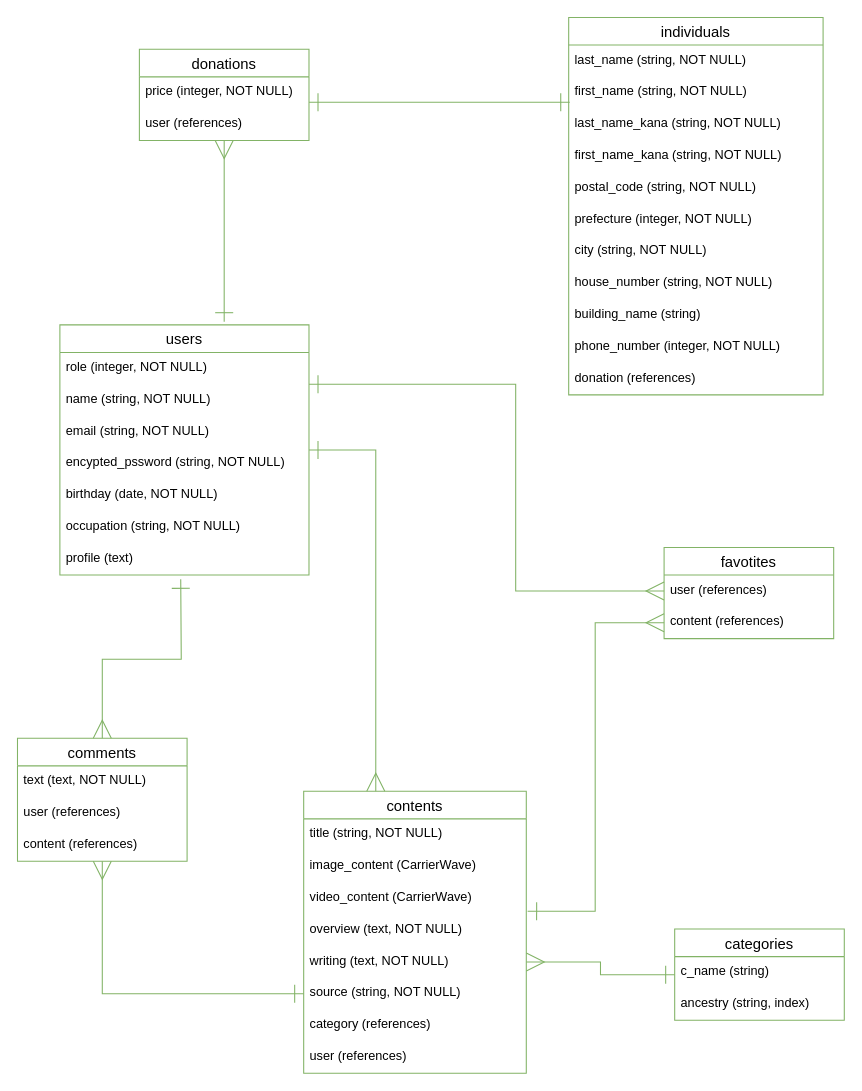
Earlier version of the draw.io diagram ER.dio (Mizuki-hhh/future-55). Source tidied: cells renumbered, new cells numbered last; positions are measured from the earlier drawing's top-left corner, leaving out a move shared by most shapes. Both pictures are drawn from the tidied source at 106%, with x=0, y=0 at pixel (17, 17).
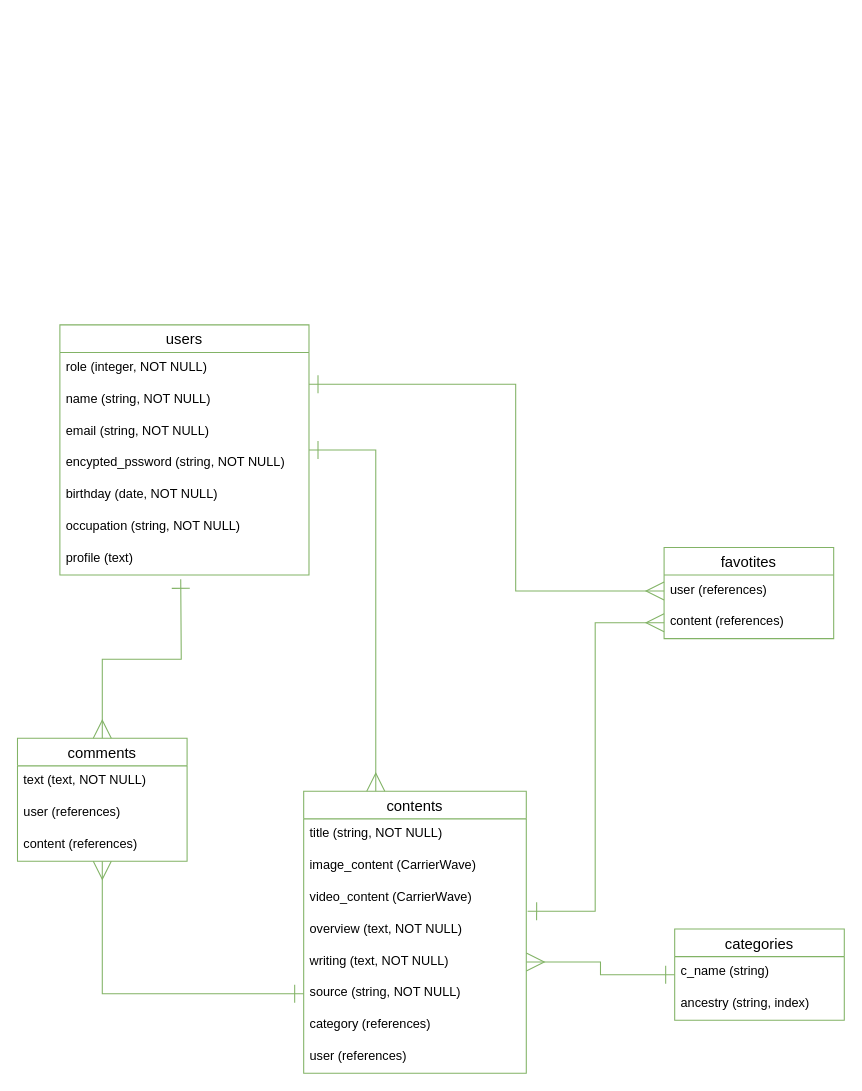
Above is the later version.

Diff of the diagram source:
```diff
@@
-    <mxCell id="2" style="edgeStyle=orthogonalEdgeStyle;rounded=0;jettySize=auto;html=1;startArrow=ERone;startFill=0;startSize=15;endArrow=ERmany;endFill=0;endSize=15;fillColor=#d5e8d4;strokeColor=#82b366;" parent="1" edge="1" target="24">
-      <mxGeometry relative="1" as="geometry">
-        <mxPoint x="195" y="287" as="sourcePoint" />
-        <Array as="points">
-          <mxPoint x="195" y="287" />
-        </Array>
-      </mxGeometry>
-    </mxCell>
@@
-    <mxCell id="22" value="donations" style="swimlane;fontStyle=0;horizontal=1;startSize=26;align=center;fontSize=14;strokeColor=#82b366;fillColor=none;" parent="1" vertex="1">
-      <mxGeometry x="115" y="30" width="160" height="86" as="geometry" />
-    </mxCell>
-    <mxCell id="23" value="price (integer, NOT NULL)" style="text;strokeColor=none;fillColor=none;spacingLeft=4;spacingRight=4;overflow=hidden;fontSize=12;" parent="22" vertex="1">
-      <mxGeometry y="26" width="160" height="30" as="geometry" />
-    </mxCell>
-    <mxCell id="24" value="user (references)" style="text;strokeColor=none;fillColor=none;spacingLeft=4;spacingRight=4;overflow=hidden;points=[[0,0.5],[1,0.5]];portConstraint=eastwest;fontSize=12;" parent="22" vertex="1">
-      <mxGeometry y="56" width="160" height="30" as="geometry" />
-    </mxCell>
-    <mxCell id="25" value="individuals" style="swimlane;fontStyle=0;horizontal=1;startSize=26;align=center;fontSize=14;strokeColor=#82b366;fillColor=none;" parent="1" vertex="1">
-      <mxGeometry x="520" width="240" height="356" as="geometry" />
-    </mxCell>
-    <mxCell id="26" value="last_name (string, NOT NULL)" style="text;strokeColor=none;fillColor=none;spacingLeft=4;spacingRight=4;overflow=hidden;fontSize=12;" parent="25" vertex="1">
-      <mxGeometry y="26" width="240" height="30" as="geometry" />
-    </mxCell>
-    <mxCell id="27" value="first_name (string, NOT NULL)" style="text;strokeColor=none;fillColor=none;spacingLeft=4;spacingRight=4;overflow=hidden;fontSize=12;" parent="25" vertex="1">
-      <mxGeometry y="56" width="240" height="30" as="geometry" />
-    </mxCell>
-    <mxCell id="28" value="last_name_kana (string, NOT NULL)" style="text;strokeColor=none;fillColor=none;spacingLeft=4;spacingRight=4;overflow=hidden;fontSize=12;" parent="25" vertex="1">
-      <mxGeometry y="86" width="240" height="30" as="geometry" />
-    </mxCell>
-    <mxCell id="29" value="first_name_kana (string, NOT NULL)" style="text;strokeColor=none;fillColor=none;spacingLeft=4;spacingRight=4;overflow=hidden;fontSize=12;" parent="25" vertex="1">
-      <mxGeometry y="116" width="240" height="30" as="geometry" />
-    </mxCell>
-    <mxCell id="30" value="postal_code (string, NOT NULL)" style="text;strokeColor=none;fillColor=none;spacingLeft=4;spacingRight=4;overflow=hidden;fontSize=12;" parent="25" vertex="1">
-      <mxGeometry y="146" width="240" height="30" as="geometry" />
-    </mxCell>
-    <mxCell id="31" value="prefecture (integer, NOT NULL)" style="text;strokeColor=none;fillColor=none;spacingLeft=4;spacingRight=4;overflow=hidden;fontSize=12;" parent="25" vertex="1">
-      <mxGeometry y="176" width="240" height="30" as="geometry" />
-    </mxCell>
-    <mxCell id="32" value="city (string, NOT NULL)" style="text;strokeColor=none;fillColor=none;spacingLeft=4;spacingRight=4;overflow=hidden;fontSize=12;" parent="25" vertex="1">
-      <mxGeometry y="206" width="240" height="30" as="geometry" />
-    </mxCell>
-    <mxCell id="33" value="house_number (string, NOT NULL)" style="text;strokeColor=none;fillColor=none;spacingLeft=4;spacingRight=4;overflow=hidden;fontSize=12;" parent="25" vertex="1">
-      <mxGeometry y="236" width="240" height="30" as="geometry" />
-    </mxCell>
-    <mxCell id="34" value="building_name (string)" style="text;strokeColor=none;fillColor=none;spacingLeft=4;spacingRight=4;overflow=hidden;fontSize=12;" parent="25" vertex="1">
-      <mxGeometry y="266" width="240" height="30" as="geometry" />
-    </mxCell>
-    <mxCell id="35" value="phone_number (integer, NOT NULL)" style="text;strokeColor=none;fillColor=none;spacingLeft=4;spacingRight=4;overflow=hidden;fontSize=12;" parent="25" vertex="1">
-      <mxGeometry y="296" width="240" height="30" as="geometry" />
-    </mxCell>
-    <mxCell id="36" value="donation (references)" style="text;strokeColor=none;fillColor=none;spacingLeft=4;spacingRight=4;overflow=hidden;fontSize=12;" parent="25" vertex="1">
-      <mxGeometry y="326" width="240" height="30" as="geometry" />
-    </mxCell>
@@
-    <mxCell id="50" style="edgeStyle=orthogonalEdgeStyle;rounded=0;orthogonalLoop=1;jettySize=auto;html=1;startArrow=ERone;startFill=0;startSize=15;endArrow=ERone;endFill=0;endSize=15;fillColor=#d5e8d4;strokeColor=#82b366;" parent="1" edge="1">
-      <mxGeometry relative="1" as="geometry">
-        <mxPoint x="275" y="80" as="sourcePoint" />
-        <mxPoint x="521" y="80" as="targetPoint" />
-        <Array as="points">
-          <mxPoint x="275" y="80" />
-          <mxPoint x="521" y="80" />
-        </Array>
-      </mxGeometry>
-    </mxCell>
```
